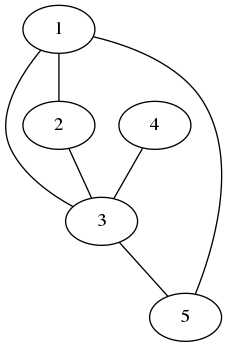
The Graphviz diagram config/graph.dot.png in Boneau2007/VAA, before a commit. Its source is kept beside it as config/graph.dot.
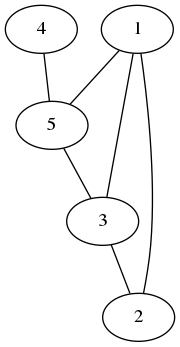
Later version of the same file.

Change to the diagram source:
```diff
@@ -1,8 +1,8 @@
 graph G {
 1 -- 3;
-2 -- 3;
-3 -- 5;
-4 -- 3;
-5 -- 1;
-1 -- 2;
+2 -- 1;
+3 -- 2;
+4 -- 5;
+5 -- 3;
+1 -- 5;
 }
```
